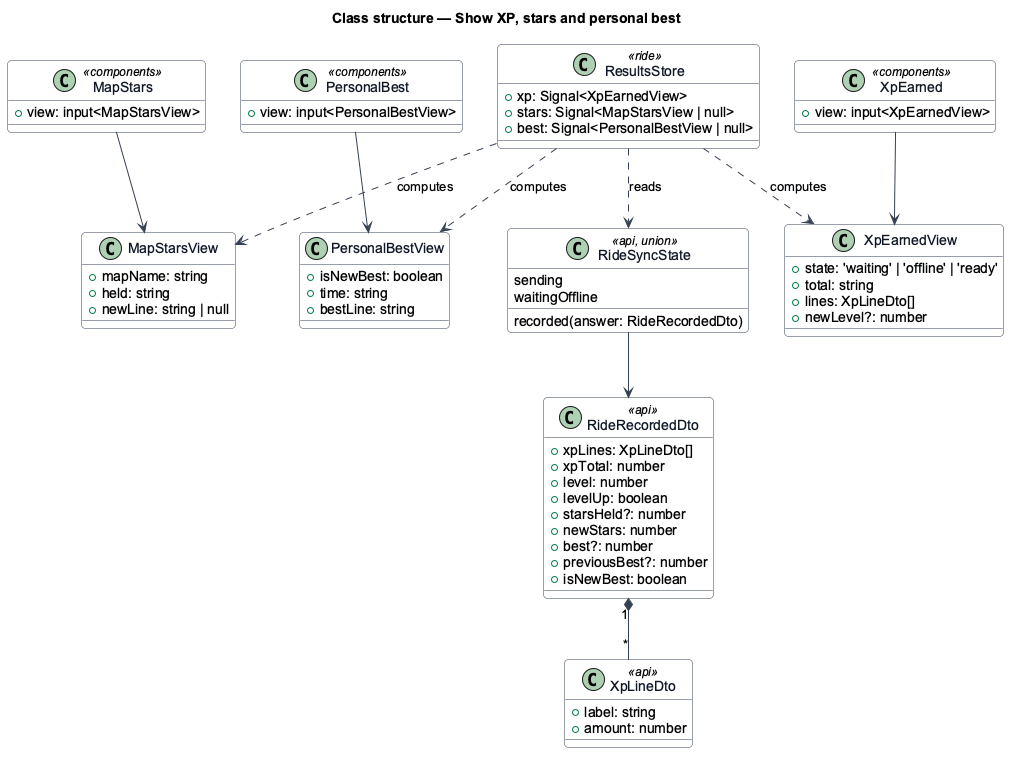
This is docs/detailed-designs/results/show-xp-stars-and-personal-best/diagrams/class-structure.png from QuinntyneBrown/ride-one, a PlantUML export, as it was before one commit. Source of this version:
```plantuml
@startuml
skinparam backgroundColor #FFFFFF
skinparam shadowing false
skinparam roundcorner 8
skinparam defaultFontName Arial
skinparam ArrowColor #344054
skinparam class {
  BorderColor #344054
  FontColor #101828
  BackgroundColor #F9FAFB
}
title Class structure — Show XP, stars and personal best
class RideSyncState <<api, union>> {
  sending
  recorded(answer: RideRecordedDto)
  waitingOffline
}
class RideRecordedDto <<api>> {
  +xpLines: XpLineDto[]
  +xpTotal: number
  +level: number
  +levelUp: boolean
  +starsHeld?: number
  +newStars: number
  +best?: number
  +previousBest?: number
  +isNewBest: boolean
}
class XpLineDto <<api>> {
  +label: string
  +amount: number
}
class XpEarnedView {
  +state: 'waiting' | 'offline' | 'ready'
  +total: string
  +lines: XpLineDto[]
  +newLevel?: number
}
class MapStarsView {
  +mapName: string
  +held: string
  +newLine: string | null
}
class PersonalBestView {
  +isNewBest: boolean
  +time: string
  +bestLine: string
}
class ResultsStore <<ride>> {
  +xp: Signal<XpEarnedView>
  +stars: Signal<MapStarsView | null>
  +best: Signal<PersonalBestView | null>
}
class XpEarned <<components>> {
  +view: input<XpEarnedView>
}
class MapStars <<components>> {
  +view: input<MapStarsView>
}
class PersonalBest <<components>> {
  +view: input<PersonalBestView>
}
ResultsStore ..> RideSyncState : reads
RideSyncState --> RideRecordedDto
RideRecordedDto "1" *-- "*" XpLineDto
ResultsStore ..> XpEarnedView : computes
ResultsStore ..> MapStarsView : computes
ResultsStore ..> PersonalBestView : computes
XpEarned --> XpEarnedView
MapStars --> MapStarsView
PersonalBest --> PersonalBestView
@enduml
```
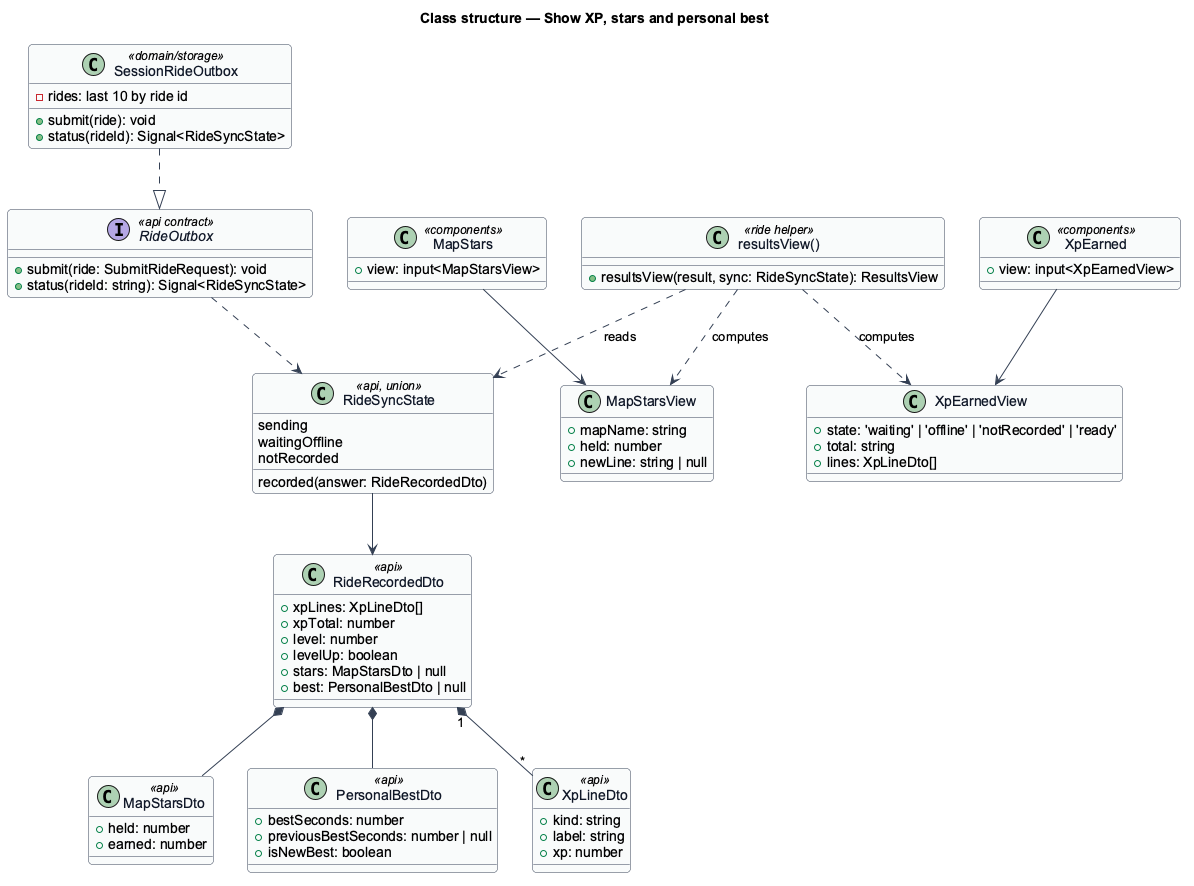
After the commit.

Change to the diagram source:
```diff
@@ -14,42 +14,51 @@
   sending
   recorded(answer: RideRecordedDto)
   waitingOffline
+  notRecorded
+}
+interface RideOutbox <<api contract>> {
+  +submit(ride: SubmitRideRequest): void
+  +status(rideId: string): Signal<RideSyncState>
+}
+class SessionRideOutbox <<domain/storage>> {
+  -rides: last 10 by ride id
+  +submit(ride): void
+  +status(rideId): Signal<RideSyncState>
 }
 class RideRecordedDto <<api>> {
   +xpLines: XpLineDto[]
   +xpTotal: number
   +level: number
   +levelUp: boolean
-  +starsHeld?: number
-  +newStars: number
-  +best?: number
-  +previousBest?: number
+  +stars: MapStarsDto | null
+  +best: PersonalBestDto | null
+}
+class MapStarsDto <<api>> {
+  +held: number
+  +earned: number
+}
+class PersonalBestDto <<api>> {
+  +bestSeconds: number
+  +previousBestSeconds: number | null
   +isNewBest: boolean
 }
 class XpLineDto <<api>> {
+  +kind: string
   +label: string
-  +amount: number
+  +xp: number
 }
 class XpEarnedView {
-  +state: 'waiting' | 'offline' | 'ready'
+  +state: 'waiting' | 'offline' | 'notRecorded' | 'ready'
   +total: string
   +lines: XpLineDto[]
-  +newLevel?: number
 }
 class MapStarsView {
   +mapName: string
-  +held: string
+  +held: number
   +newLine: string | null
 }
-class PersonalBestView {
-  +isNewBest: boolean
-  +time: string
-  +bestLine: string
-}
-class ResultsStore <<ride>> {
-  +xp: Signal<XpEarnedView>
-  +stars: Signal<MapStarsView | null>
-  +best: Signal<PersonalBestView | null>
+class "resultsView()" as rv <<ride helper>> {
+  +resultsView(result, sync: RideSyncState): ResultsView
 }
 class XpEarned <<components>> {
   +view: input<XpEarnedView>
@@ -57,16 +66,15 @@
 class MapStars <<components>> {
   +view: input<MapStarsView>
 }
-class PersonalBest <<components>> {
-  +view: input<PersonalBestView>
-}
-ResultsStore ..> RideSyncState : reads
+SessionRideOutbox ..|> RideOutbox
+RideOutbox ..> RideSyncState
+rv ..> RideSyncState : reads
 RideSyncState --> RideRecordedDto
 RideRecordedDto "1" *-- "*" XpLineDto
-ResultsStore ..> XpEarnedView : computes
-ResultsStore ..> MapStarsView : computes
-ResultsStore ..> PersonalBestView : computes
+RideRecordedDto *-- MapStarsDto
+RideRecordedDto *-- PersonalBestDto
+rv ..> XpEarnedView : computes
+rv ..> MapStarsView : computes
 XpEarned --> XpEarnedView
 MapStars --> MapStarsView
-PersonalBest --> PersonalBestView
 @enduml
```
